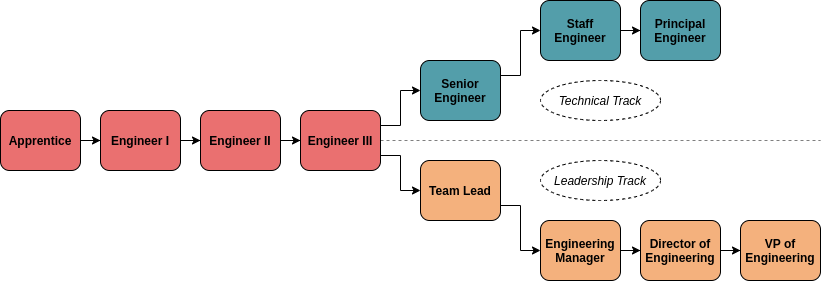
The draw.io diagram careers/career-pathways.drawio.png in packbackbooks/engineering-docs, before a commit. Source tidied: cells renumbered, new cells last; positions are measured from the earlier drawing's top-left corner, leaving out a move shared by most shapes.
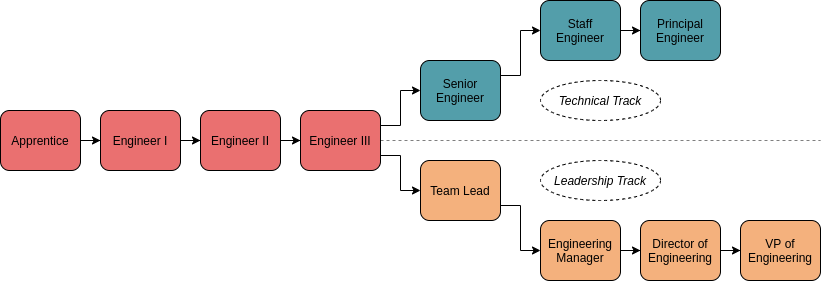
Later version of the same file.

Commit message:
MGMT-51 unbold

What changed in the source:
```diff
@@ -5,19 +5,19 @@
     <mxCell id="2" style="edgeStyle=orthogonalEdgeStyle;rounded=0;jettySize=auto;html=1;" parent="1" edge="1" source="3" target="5">
       <mxGeometry relative="1" as="geometry" />
     </mxCell>
-    <mxCell id="3" value="&lt;font&gt;&lt;b&gt;Apprentice&lt;/b&gt;&lt;/font&gt;" style="rounded=1;whiteSpace=wrap;html=1;fillColor=#EA7070;fontColor=#000000;" parent="1" vertex="1">
+    <mxCell id="3" value="&lt;font&gt;&lt;span&gt;Apprentice&lt;/span&gt;&lt;/font&gt;" style="rounded=1;whiteSpace=wrap;html=1;fillColor=#EA7070;fontColor=#000000;fontStyle=0;" parent="1" vertex="1">
       <mxGeometry y="110" width="80" height="60" as="geometry" />
     </mxCell>
     <mxCell id="4" style="edgeStyle=orthogonalEdgeStyle;rounded=0;jettySize=auto;html=1;" parent="1" edge="1" source="5" target="7">
       <mxGeometry relative="1" as="geometry" />
     </mxCell>
-    <mxCell id="5" value="&lt;font&gt;&lt;b&gt;Engineer I&lt;/b&gt;&lt;/font&gt;" style="rounded=1;whiteSpace=wrap;html=1;fillColor=#EA7070;fontColor=#000000;" parent="1" vertex="1">
+    <mxCell id="5" value="&lt;font&gt;&lt;span&gt;Engineer I&lt;/span&gt;&lt;/font&gt;" style="rounded=1;whiteSpace=wrap;html=1;fillColor=#EA7070;fontColor=#000000;fontStyle=0;" parent="1" vertex="1">
       <mxGeometry x="100" y="110" width="80" height="60" as="geometry" />
     </mxCell>
     <mxCell id="6" style="edgeStyle=orthogonalEdgeStyle;rounded=0;jettySize=auto;html=1;" parent="1" edge="1" source="7" target="10">
       <mxGeometry relative="1" as="geometry" />
     </mxCell>
-    <mxCell id="7" value="&lt;font&gt;&lt;b&gt;Engineer II&lt;/b&gt;&lt;/font&gt;" style="rounded=1;whiteSpace=wrap;html=1;fillColor=#EA7070;fontColor=#000000;" parent="1" vertex="1">
+    <mxCell id="7" value="&lt;font&gt;&lt;span&gt;Engineer II&lt;/span&gt;&lt;/font&gt;" style="rounded=1;whiteSpace=wrap;html=1;fillColor=#EA7070;fontColor=#000000;fontStyle=0;" parent="1" vertex="1">
       <mxGeometry x="200" y="110" width="80" height="60" as="geometry" />
     </mxCell>
     <mxCell id="8" style="edgeStyle=orthogonalEdgeStyle;rounded=0;jettySize=auto;html=1;exitX=1;exitY=0.75;exitDx=0;exitDy=0;entryX=0;entryY=0.5;entryDx=0;entryDy=0;" parent="1" edge="1" source="10" target="14">
@@ -26,19 +26,19 @@
     <mxCell id="9" style="edgeStyle=orthogonalEdgeStyle;rounded=0;jettySize=auto;html=1;exitX=1;exitY=0.25;exitDx=0;exitDy=0;entryX=0;entryY=0.5;entryDx=0;entryDy=0;" parent="1" edge="1" source="10" target="12">
       <mxGeometry relative="1" as="geometry" />
     </mxCell>
-    <mxCell id="10" value="&lt;font&gt;&lt;b&gt;Engineer III&lt;/b&gt;&lt;/font&gt;" style="rounded=1;whiteSpace=wrap;html=1;fillColor=#EA7070;fontColor=#000000;" parent="1" vertex="1">
+    <mxCell id="10" value="&lt;font&gt;&lt;span&gt;Engineer III&lt;/span&gt;&lt;/font&gt;" style="rounded=1;whiteSpace=wrap;html=1;fillColor=#EA7070;fontColor=#000000;fontStyle=0;" parent="1" vertex="1">
       <mxGeometry x="300" y="110" width="80" height="60" as="geometry" />
     </mxCell>
     <mxCell id="11" style="edgeStyle=orthogonalEdgeStyle;rounded=0;jettySize=auto;html=1;exitX=1;exitY=0.25;exitDx=0;exitDy=0;" parent="1" edge="1" source="12" target="22">
       <mxGeometry relative="1" as="geometry" />
     </mxCell>
-    <mxCell id="12" value="&lt;font&gt;&lt;b&gt;Senior Engineer&lt;/b&gt;&lt;/font&gt;" style="rounded=1;whiteSpace=wrap;html=1;fillColor=#539EAA;fontColor=#000000;" parent="1" vertex="1">
+    <mxCell id="12" value="&lt;font&gt;&lt;span&gt;Senior Engineer&lt;/span&gt;&lt;/font&gt;" style="rounded=1;whiteSpace=wrap;html=1;fillColor=#539EAA;fontColor=#000000;fontStyle=0;" parent="1" vertex="1">
       <mxGeometry x="420" y="60" width="80" height="60" as="geometry" />
     </mxCell>
     <mxCell id="13" style="edgeStyle=orthogonalEdgeStyle;rounded=0;jettySize=auto;html=1;exitX=1;exitY=0.75;exitDx=0;exitDy=0;" parent="1" edge="1" source="14" target="17">
       <mxGeometry relative="1" as="geometry" />
     </mxCell>
-    <mxCell id="14" value="&lt;b&gt;&lt;font&gt;Team Lead&lt;/font&gt;&lt;/b&gt;" style="rounded=1;whiteSpace=wrap;html=1;fillColor=#F4B17D;fontColor=#000000;" parent="1" vertex="1">
+    <mxCell id="14" value="&lt;span&gt;&lt;font&gt;Team Lead&lt;/font&gt;&lt;/span&gt;" style="rounded=1;whiteSpace=wrap;html=1;fillColor=#F4B17D;fontColor=#000000;fontStyle=0;" parent="1" vertex="1">
       <mxGeometry x="420" y="160" width="80" height="60" as="geometry" />
     </mxCell>
     <mxCell id="15" style="endArrow=none;html=1;exitX=1;exitY=0.5;exitDx=0;exitDy=0;dashed=1;opacity=50;" parent="1" edge="1" source="10">
@@ -49,25 +49,25 @@
     <mxCell id="16" style="edgeStyle=orthogonalEdgeStyle;rounded=0;jettySize=auto;html=1;" parent="1" edge="1" source="17" target="19">
       <mxGeometry relative="1" as="geometry" />
     </mxCell>
-    <mxCell id="17" value="&lt;font&gt;&lt;b&gt;Engineering Manager&lt;/b&gt;&lt;/font&gt;" style="rounded=1;whiteSpace=wrap;html=1;fillColor=#F4B17D;fontColor=#000000;" parent="1" vertex="1">
+    <mxCell id="17" value="&lt;font&gt;&lt;span&gt;Engineering Manager&lt;/span&gt;&lt;/font&gt;" style="rounded=1;whiteSpace=wrap;html=1;fillColor=#F4B17D;fontColor=#000000;fontStyle=0;" parent="1" vertex="1">
       <mxGeometry x="540" y="220" width="80" height="60" as="geometry" />
     </mxCell>
     <mxCell id="18" style="edgeStyle=orthogonalEdgeStyle;rounded=0;jettySize=auto;html=1;" parent="1" edge="1" source="19" target="20">
       <mxGeometry relative="1" as="geometry" />
     </mxCell>
-    <mxCell id="19" value="&lt;b&gt;&lt;font&gt;Director of Engineering&lt;/font&gt;&lt;/b&gt;" style="rounded=1;whiteSpace=wrap;html=1;fillColor=#F4B17D;fontColor=#000000;" parent="1" vertex="1">
+    <mxCell id="19" value="&lt;span&gt;&lt;font&gt;Director of Engineering&lt;/font&gt;&lt;/span&gt;" style="rounded=1;whiteSpace=wrap;html=1;fillColor=#F4B17D;fontColor=#000000;fontStyle=0;" parent="1" vertex="1">
       <mxGeometry x="640" y="220" width="80" height="60" as="geometry" />
     </mxCell>
-    <mxCell id="20" value="&lt;font&gt;&lt;b&gt;VP of Engineering&lt;/b&gt;&lt;/font&gt;" style="rounded=1;whiteSpace=wrap;html=1;fillColor=#F4B17D;fontColor=#000000;" parent="1" vertex="1">
+    <mxCell id="20" value="&lt;font&gt;&lt;span&gt;VP of Engineering&lt;/span&gt;&lt;/font&gt;" style="rounded=1;whiteSpace=wrap;html=1;fillColor=#F4B17D;fontColor=#000000;fontStyle=0;" parent="1" vertex="1">
       <mxGeometry x="740" y="220" width="80" height="60" as="geometry" />
     </mxCell>
     <mxCell id="21" style="edgeStyle=orthogonalEdgeStyle;rounded=0;jettySize=auto;html=1;" parent="1" edge="1" source="22" target="23">
       <mxGeometry relative="1" as="geometry" />
     </mxCell>
-    <mxCell id="22" value="&lt;font&gt;&lt;b&gt;Staff&lt;br&gt;Engineer&lt;/b&gt;&lt;/font&gt;" style="rounded=1;whiteSpace=wrap;html=1;fillColor=#539EAA;fontColor=#000000;" parent="1" vertex="1">
+    <mxCell id="22" value="&lt;font&gt;&lt;span&gt;Staff&lt;br&gt;Engineer&lt;/span&gt;&lt;/font&gt;" style="rounded=1;whiteSpace=wrap;html=1;fillColor=#539EAA;fontColor=#000000;fontStyle=0;" parent="1" vertex="1">
       <mxGeometry x="540" width="80" height="60" as="geometry" />
     </mxCell>
-    <mxCell id="23" value="&lt;font&gt;&lt;b&gt;Principal Engineer&lt;/b&gt;&lt;/font&gt;" style="rounded=1;whiteSpace=wrap;html=1;fillColor=#539EAA;fontColor=#000000;" parent="1" vertex="1">
+    <mxCell id="23" value="&lt;font&gt;&lt;span&gt;Principal Engineer&lt;/span&gt;&lt;/font&gt;" style="rounded=1;whiteSpace=wrap;html=1;fillColor=#539EAA;fontColor=#000000;fontStyle=0;" parent="1" vertex="1">
       <mxGeometry x="640" width="80" height="60" as="geometry" />
     </mxCell>
     <mxCell id="24" value="&lt;i&gt;Technical Track&lt;/i&gt;" style="ellipse;whiteSpace=wrap;html=1;labelBackgroundColor=none;align=center;dashed=1;" parent="1" vertex="1">
```
